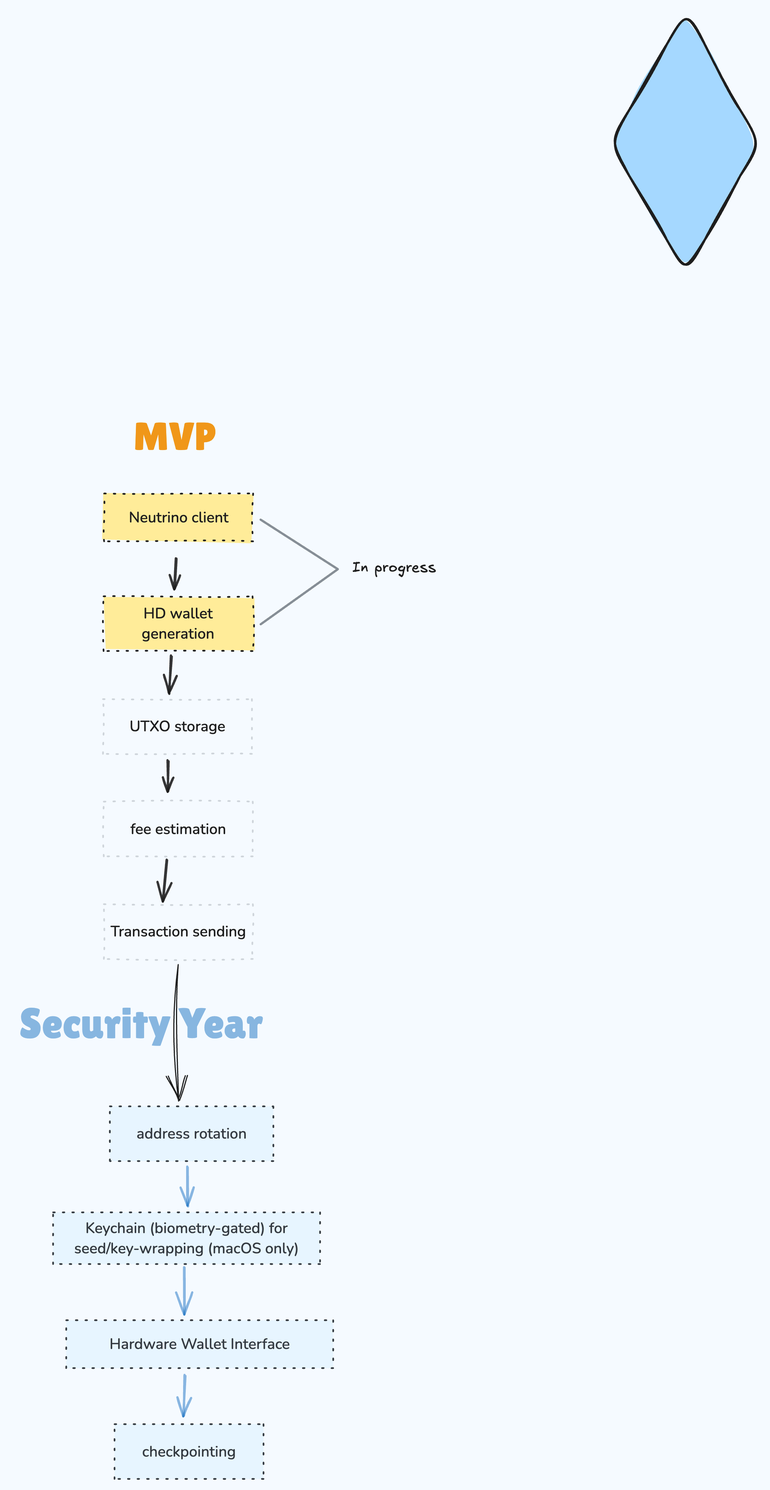
Above: roadmap.excalidraw.png in satelliondao/satellion (Excalidraw), before the change. Source tidied: one line per element, renumbered; positions are measured from the earlier drawing's top-left corner, leaving out a move shared by most shapes. Source of this version:
```json
{"id": 0, "type": "text", "text": " Security Year", "strokeColor": "#1971c2", "strokeWidth": 2, "roughness": 1, "opacity": 50, "fontSize": 37.85, "fontFamily": 7, "x": 0, "y": 520, "width": 224, "height": 44}
{"id": 1, "type": "rectangle", "strokeColor": "#343a40", "backgroundColor": "#e7f5ff", "fillStyle": "solid", "strokeWidth": 1, "strokeStyle": "dotted", "roughness": 0, "x": 37, "y": 710, "width": 237, "height": 46}
{"id": 2, "type": "text", "text": "Keychain (biometry-gated) for\nseed/key-wrapping (macOS only)", "strokeColor": "#343a40", "strokeWidth": 2, "roughness": 1, "fontSize": 13.3, "fontFamily": 6, "textAlign": "center", "verticalAlign": "middle", "inside": 1, "x": 56, "y": 715, "width": 200, "height": 36}
{"id": 3, "type": "rectangle", "strokeColor": "#343a40", "backgroundColor": "#e7f5ff", "fillStyle": "solid", "strokeWidth": 1, "strokeStyle": "dotted", "roughness": 0, "x": 49, "y": 806, "width": 237, "height": 43}
{"id": 4, "type": "text", "text": "Hardware Wallet Interface", "strokeColor": "#343a40", "strokeWidth": 2, "roughness": 1, "fontSize": 13.3, "fontFamily": 6, "textAlign": "center", "verticalAlign": "middle", "inside": 3, "x": 87, "y": 818, "width": 160, "height": 18}
{"id": 5, "type": "text", "text": "MVP", "strokeColor": "#f08c00", "strokeWidth": 2, "roughness": 1, "opacity": 90, "fontSize": 34.64, "fontFamily": 7, "x": 108, "y": 0, "width": 74, "height": 40}
{"id": 6, "type": "rectangle", "strokeColor": "#1e1e1e", "backgroundColor": "#ffec99", "fillStyle": "solid", "strokeWidth": 1, "strokeStyle": "dotted", "roughness": 1, "x": 82, "y": 162, "width": 132, "height": 49}
{"id": 7, "type": "text", "text": "HD wallet\ngeneration", "strokeColor": "#1e1e1e", "strokeWidth": 2, "roughness": 1, "fontSize": 13.3, "fontFamily": 6, "textAlign": "center", "verticalAlign": "middle", "inside": 6, "x": 116, "y": 169, "width": 65, "height": 36}
{"id": 8, "type": "rectangle", "strokeColor": "#ced4da", "strokeWidth": 1, "strokeStyle": "dotted", "roughness": 1, "x": 82, "y": 345, "width": 132, "height": 49}
{"id": 9, "type": "text", "text": "fee estimation", "strokeColor": "#1e1e1e", "strokeWidth": 2, "roughness": 1, "fontSize": 13.3, "fontFamily": 6, "textAlign": "center", "verticalAlign": "middle", "inside": 8, "x": 106, "y": 360, "width": 85, "height": 18}
{"id": 10, "type": "rectangle", "strokeColor": "#343a40", "backgroundColor": "#e7f5ff", "fillStyle": "solid", "strokeWidth": 1, "strokeStyle": "dotted", "roughness": 0, "x": 92, "y": 898, "width": 132, "height": 49}
{"id": 11, "type": "text", "text": "checkpointing", "strokeColor": "#343a40", "strokeWidth": 2, "roughness": 1, "fontSize": 13.3, "fontFamily": 6, "textAlign": "center", "verticalAlign": "middle", "inside": 10, "x": 116, "y": 913, "width": 83, "height": 18}
{"id": 12, "type": "rectangle", "strokeColor": "#ced4da", "strokeWidth": 1, "strokeStyle": "dotted", "roughness": 1, "x": 81, "y": 254, "width": 132, "height": 49}
{"id": 13, "type": "text", "text": "UTXO storage", "strokeColor": "#1e1e1e", "strokeWidth": 2, "roughness": 1, "fontSize": 13.3, "fontFamily": 6, "textAlign": "center", "verticalAlign": "middle", "inside": 12, "x": 105, "y": 269, "width": 85, "height": 18}
{"id": 14, "type": "rectangle", "strokeColor": "#1e1e1e", "backgroundColor": "#ffec99", "fillStyle": "solid", "strokeWidth": 1, "strokeStyle": "dotted", "roughness": 1, "x": 83, "y": 71, "width": 132, "height": 43}
{"id": 15, "type": "text", "text": "Neutrino client", "strokeColor": "#1e1e1e", "backgroundColor": "#ffec99", "fillStyle": "solid", "strokeWidth": 1, "strokeStyle": "dotted", "roughness": 1, "fontSize": 13.3, "fontFamily": 6, "textAlign": "center", "verticalAlign": "middle", "inside": 14, "x": 104, "y": 83, "width": 89, "height": 18}
{"id": 16, "type": "rectangle", "strokeColor": "#ced4da", "strokeWidth": 1, "strokeStyle": "dotted", "roughness": 1, "x": 82, "y": 436, "width": 132, "height": 49}
{"id": 17, "type": "text", "text": "Transaction sending", "strokeColor": "#1e1e1e", "backgroundColor": "#b2f2bb", "fillStyle": "solid", "strokeWidth": 2, "roughness": 1, "fontSize": 13.3, "fontFamily": 6, "textAlign": "center", "verticalAlign": "middle", "inside": 16, "x": 88, "y": 451, "width": 120, "height": 18}
{"id": 18, "type": "rectangle", "strokeColor": "#343a40", "backgroundColor": "#e7f5ff", "fillStyle": "solid", "strokeWidth": 1, "strokeStyle": "dotted", "roughness": 0, "x": 88, "y": 616, "width": 145, "height": 49}
{"id": 19, "type": "text", "text": "address rotation", "strokeColor": "#343a40", "backgroundColor": "#b2f2bb", "fillStyle": "solid", "strokeWidth": 2, "roughness": 1, "fontSize": 13.3, "fontFamily": 6, "textAlign": "center", "verticalAlign": "middle", "inside": 18, "x": 111, "y": 631, "width": 98, "height": 18}
{"id": 20, "type": "arrow", "strokeColor": "#1e1e1e", "backgroundColor": "#b2f2bb", "fillStyle": "solid", "strokeWidth": 1, "roughness": 2, "endArrowhead": "arrow", "from": 16, "to": 18, "x": 148, "y": 489, "width": 0, "height": 121, "points": [[0, 0], [0, 121]]}
{"id": 21, "type": "arrow", "strokeColor": "#1e1e1e", "strokeWidth": 2, "roughness": 1, "opacity": 90, "endArrowhead": "arrow", "round": true, "from": 14, "to": 6, "x": 147, "y": 129, "width": 1, "height": 27, "points": [[0, 0], [-1, 27]]}
{"id": 22, "type": "arrow", "strokeColor": "#1e1e1e", "backgroundColor": "#b2f2bb", "fillStyle": "solid", "strokeWidth": 2, "roughness": 1, "opacity": 90, "endArrowhead": "arrow", "round": true, "from": 6, "to": 12, "x": 142, "y": 215, "width": 2, "height": 34, "points": [[0, 0], [-2, 34]]}
{"id": 23, "type": "arrow", "strokeColor": "#1e1e1e", "backgroundColor": "#b2f2bb", "fillStyle": "solid", "strokeWidth": 2, "roughness": 1, "opacity": 90, "endArrowhead": "arrow", "round": true, "from": 12, "to": 8, "x": 139, "y": 308, "width": 1, "height": 27, "points": [[0, 0], [1, 27]]}
{"id": 24, "type": "arrow", "strokeColor": "#1e1e1e", "backgroundColor": "#b2f2bb", "fillStyle": "solid", "strokeWidth": 2, "roughness": 1, "opacity": 90, "endArrowhead": "arrow", "round": true, "from": 8, "to": 16, "x": 138, "y": 397, "width": 4, "height": 36, "points": [[0, 0], [-4, 36]]}
{"id": 25, "type": "arrow", "strokeColor": "#1971c2", "backgroundColor": "#a5d8ff", "fillStyle": "solid", "strokeWidth": 2, "roughness": 1, "opacity": 50, "endArrowhead": "arrow", "round": true, "from": 18, "to": 1, "x": 156, "y": 670, "width": 1, "height": 34, "points": [[0, 0], [1, 34]]}
{"id": 26, "type": "arrow", "strokeColor": "#1971c2", "backgroundColor": "#a5d8ff", "fillStyle": "solid", "strokeWidth": 2, "roughness": 1, "opacity": 50, "endArrowhead": "arrow", "round": true, "from": 1, "to": 3, "x": 153, "y": 759, "width": 0, "height": 42, "points": [[0, 0], [0, 42]]}
{"id": 27, "type": "arrow", "strokeColor": "#1971c2", "backgroundColor": "#a5d8ff", "fillStyle": "solid", "strokeWidth": 2, "roughness": 1, "opacity": 50, "endArrowhead": "arrow", "round": true, "from": 3, "to": 10, "x": 154, "y": 855, "width": 1, "height": 36, "points": [[0, 0], [-1, 36]]}
{"id": 28, "type": "line", "strokeColor": "#868e96", "backgroundColor": "#a5d8ff", "fillStyle": "solid", "strokeWidth": 2, "roughness": 0, "x": 221, "y": 94, "width": 69, "height": 93, "points": [[0, 0], [69, 44], [0, 93]]}
{"id": 29, "type": "text", "text": "In progress", "strokeColor": "#1e1e1e", "backgroundColor": "#a5d8ff", "fillStyle": "solid", "strokeWidth": 2, "roughness": 1, "fontSize": 13.3, "fontFamily": 5, "x": 303, "y": 128, "width": 74, "height": 17}
```
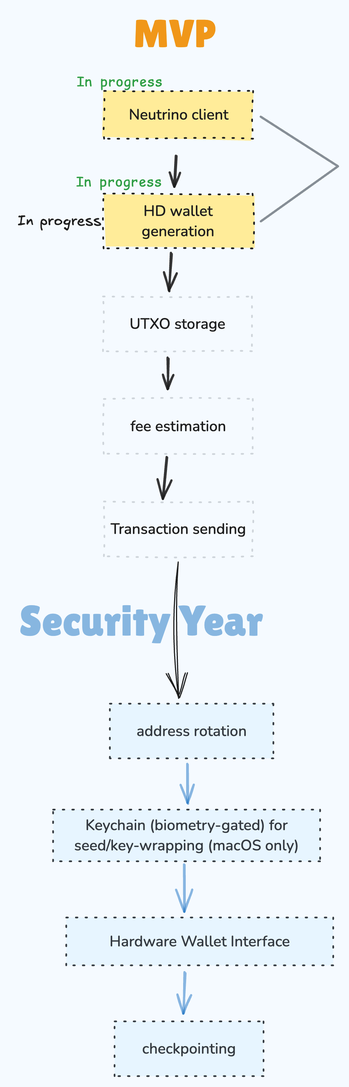
Above is the later version.

Commit message:
chore: upd roadmap ui

What changed in the source:
```diff
@@ -19,12 +19,12 @@
 {"id": 18, "type": "rectangle", "strokeColor": "#343a40", "backgroundColor": "#e7f5ff", "fillStyle": "solid", "strokeWidth": 1, "strokeStyle": "dotted", "roughness": 0, "x": 88, "y": 616, "width": 145, "height": 49}
 {"id": 19, "type": "text", "text": "address rotation", "strokeColor": "#343a40", "backgroundColor": "#b2f2bb", "fillStyle": "solid", "strokeWidth": 2, "roughness": 1, "fontSize": 13.3, "fontFamily": 6, "textAlign": "center", "verticalAlign": "middle", "inside": 18, "x": 111, "y": 631, "width": 98, "height": 18}
 {"id": 20, "type": "arrow", "strokeColor": "#1e1e1e", "backgroundColor": "#b2f2bb", "fillStyle": "solid", "strokeWidth": 1, "roughness": 2, "endArrowhead": "arrow", "from": 16, "to": 18, "x": 148, "y": 489, "width": 0, "height": 121, "points": [[0, 0], [0, 121]]}
-{"id": 21, "type": "arrow", "strokeColor": "#1e1e1e", "strokeWidth": 2, "roughness": 1, "opacity": 90, "endArrowhead": "arrow", "round": true, "from": 14, "to": 6, "x": 147, "y": 129, "width": 1, "height": 27, "points": [[0, 0], [-1, 27]]}
+{"id": 21, "type": "arrow", "strokeColor": "#1e1e1e", "strokeWidth": 2, "roughness": 1, "opacity": 90, "endArrowhead": "arrow", "round": true, "from": 14, "to": 6, "x": 147, "y": 128, "width": 1, "height": 27, "points": [[0, 0], [-1, 27]]}
 {"id": 22, "type": "arrow", "strokeColor": "#1e1e1e", "backgroundColor": "#b2f2bb", "fillStyle": "solid", "strokeWidth": 2, "roughness": 1, "opacity": 90, "endArrowhead": "arrow", "round": true, "from": 6, "to": 12, "x": 142, "y": 215, "width": 2, "height": 34, "points": [[0, 0], [-2, 34]]}
 {"id": 23, "type": "arrow", "strokeColor": "#1e1e1e", "backgroundColor": "#b2f2bb", "fillStyle": "solid", "strokeWidth": 2, "roughness": 1, "opacity": 90, "endArrowhead": "arrow", "round": true, "from": 12, "to": 8, "x": 139, "y": 308, "width": 1, "height": 27, "points": [[0, 0], [1, 27]]}
 {"id": 24, "type": "arrow", "strokeColor": "#1e1e1e", "backgroundColor": "#b2f2bb", "fillStyle": "solid", "strokeWidth": 2, "roughness": 1, "opacity": 90, "endArrowhead": "arrow", "round": true, "from": 8, "to": 16, "x": 138, "y": 397, "width": 4, "height": 36, "points": [[0, 0], [-4, 36]]}
 {"id": 25, "type": "arrow", "strokeColor": "#1971c2", "backgroundColor": "#a5d8ff", "fillStyle": "solid", "strokeWidth": 2, "roughness": 1, "opacity": 50, "endArrowhead": "arrow", "round": true, "from": 18, "to": 1, "x": 156, "y": 670, "width": 1, "height": 34, "points": [[0, 0], [1, 34]]}
 {"id": 26, "type": "arrow", "strokeColor": "#1971c2", "backgroundColor": "#a5d8ff", "fillStyle": "solid", "strokeWidth": 2, "roughness": 1, "opacity": 50, "endArrowhead": "arrow", "round": true, "from": 1, "to": 3, "x": 153, "y": 759, "width": 0, "height": 42, "points": [[0, 0], [0, 42]]}
 {"id": 27, "type": "arrow", "strokeColor": "#1971c2", "backgroundColor": "#a5d8ff", "fillStyle": "solid", "strokeWidth": 2, "roughness": 1, "opacity": 50, "endArrowhead": "arrow", "round": true, "from": 3, "to": 10, "x": 154, "y": 855, "width": 1, "height": 36, "points": [[0, 0], [-1, 36]]}
-{"id": 28, "type": "line", "strokeColor": "#868e96", "backgroundColor": "#a5d8ff", "fillStyle": "solid", "strokeWidth": 2, "roughness": 0, "x": 221, "y": 94, "width": 69, "height": 93, "points": [[0, 0], [69, 44], [0, 93]]}
-{"id": 29, "type": "text", "text": "In progress", "strokeColor": "#1e1e1e", "backgroundColor": "#a5d8ff", "fillStyle": "solid", "strokeWidth": 2, "roughness": 1, "fontSize": 13.3, "fontFamily": 5, "x": 303, "y": 128, "width": 74, "height": 17}
+{"id": 30, "type": "text", "text": "In progress", "strokeColor": "#2f9e44", "backgroundColor": "#a5d8ff", "fillStyle": "solid", "strokeWidth": 2, "roughness": 1, "fontSize": 12.61, "fontFamily": 8, "x": 58, "y": 56, "width": 76, "height": 16}
+{"id": 31, "type": "text", "text": "In progress", "strokeColor": "#2f9e44", "backgroundColor": "#a5d8ff", "fillStyle": "solid", "strokeWidth": 2, "roughness": 1, "fontSize": 12.61, "fontFamily": 8, "x": 57, "y": 145, "width": 76, "height": 16}
```
